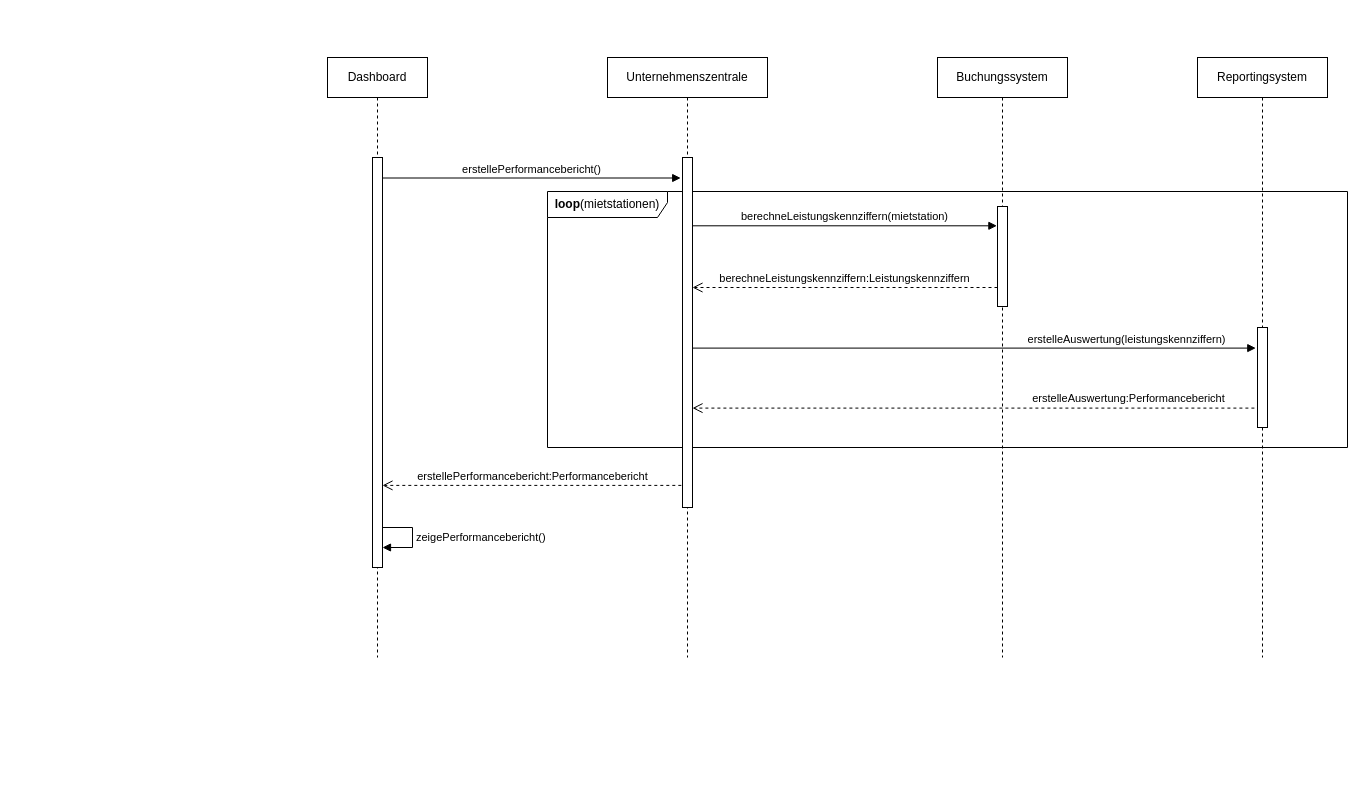
This is E - Allgemeine Verwaltung/E2 - Performance-Bericht erstellen/03 Sequenzdiagramm - Performance-Bericht erstellen.drawio from DlieBG/car_rental, a draw.io file, before an edit. Source tidied: cells renumbered, new cells numbered last; positions are measured from the earlier drawing's top-left corner, leaving out a move shared by most shapes. Both pictures are drawn from the tidied source at 100%, with x=0, y=0 at pixel (327, 57).
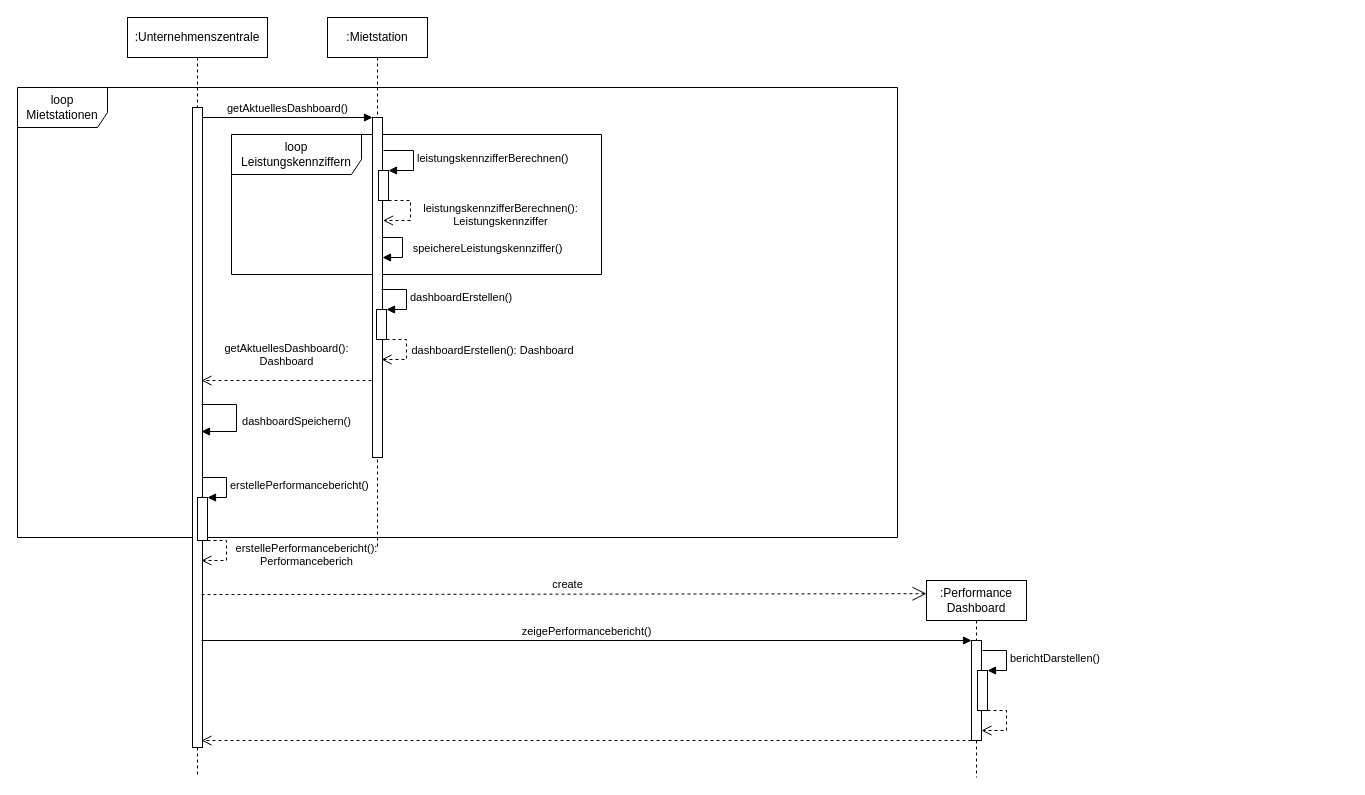
After the change.

Commit message (it also covers changes not shown here):
Mareks diagramme

Diff of the diagram source:
```diff
@@
-    <mxCell id="2" value="&lt;b&gt;loop&lt;/b&gt;(mietstationen)" style="shape=umlFrame;whiteSpace=wrap;html=1;width=120;height=26;" parent="1" vertex="1">
-      <mxGeometry x="220" y="134" width="800" height="256" as="geometry" />
-    </mxCell>
-    <mxCell id="3" value="Dashboard" style="shape=umlLifeline;perimeter=lifelinePerimeter;whiteSpace=wrap;html=1;" parent="1" vertex="1">
-      <mxGeometry width="100" height="600" as="geometry" />
-    </mxCell>
-    <mxCell id="4" style="html=1;perimeter=orthogonalPerimeter;" parent="3" vertex="1">
-      <mxGeometry x="45" y="100" width="10" height="410" as="geometry" />
-    </mxCell>
+    <mxCell id="18" value="loop Mietstationen" style="shape=umlFrame;whiteSpace=wrap;html=1;width=90;height=40;" parent="1" vertex="1">
+      <mxGeometry x="-310" y="30" width="880" height="450" as="geometry" />
+    </mxCell>
+    <mxCell id="19" value="loop Leistungskennziffern" style="shape=umlFrame;whiteSpace=wrap;html=1;width=130;height=40;" parent="1" vertex="1">
+      <mxGeometry x="-96" y="77" width="370" height="140" as="geometry" />
+    </mxCell>
+    <mxCell id="20" value=":Unternehmenszentrale" style="shape=umlLifeline;perimeter=lifelinePerimeter;whiteSpace=wrap;html=1;" parent="1" vertex="1">
+      <mxGeometry x="-200" y="-40" width="140" height="760" as="geometry" />
+    </mxCell>
+    <mxCell id="21" value=":Mietstation" style="shape=umlLifeline;perimeter=lifelinePerimeter;whiteSpace=wrap;html=1;" parent="1" vertex="1">
+      <mxGeometry y="-40" width="100" height="530" as="geometry" />
+    </mxCell>
+    <mxCell id="22" value=":Performance Dashboard" style="shape=umlLifeline;perimeter=lifelinePerimeter;whiteSpace=wrap;html=1;outlineConnect=0;" parent="1" vertex="1">
+      <mxGeometry x="599" y="523" width="100" height="197" as="geometry" />
+    </mxCell>
+    <mxCell id="23" style="html=1;points=[];perimeter=orthogonalPerimeter;" parent="22" vertex="1">
+      <mxGeometry x="45" y="60" width="10" height="100" as="geometry" />
+    </mxCell>
+    <mxCell id="24" style="html=1;points=[];perimeter=orthogonalPerimeter;" parent="1" vertex="1">
+      <mxGeometry x="-135" y="50" width="10" height="640" as="geometry" />
+    </mxCell>
+    <mxCell id="25" style="html=1;points=[];perimeter=orthogonalPerimeter;" parent="1" vertex="1">
+      <mxGeometry x="45" y="60" width="10" height="340" as="geometry" />
+    </mxCell>
+    <mxCell id="26" value="getAktuellesDashboard()" style="html=1;verticalAlign=bottom;endArrow=block;rounded=0;" parent="1" edge="1" source="24" target="25">
+      <mxGeometry relative="1" as="geometry">
+        <Array as="points">
+          <mxPoint x="-30" y="60" />
+        </Array>
+      </mxGeometry>
+    </mxCell>
+    <mxCell id="27" style="html=1;points=[];perimeter=orthogonalPerimeter;" parent="1" vertex="1">
+      <mxGeometry x="49" y="252" width="10" height="30" as="geometry" />
+    </mxCell>
+    <mxCell id="28" value="dashboardErstellen()" style="edgeStyle=orthogonalEdgeStyle;html=1;align=left;spacingLeft=2;endArrow=block;rounded=0;entryX=1;entryY=0;" parent="1" edge="1" target="27">
+      <mxGeometry relative="1" as="geometry">
+        <mxPoint x="54" y="232" as="sourcePoint" />
+        <Array as="points">
+          <mxPoint x="79" y="232" />
+          <mxPoint x="79" y="252" />
+        </Array>
+      </mxGeometry>
+    </mxCell>
+    <mxCell id="29" value="dashboardErstellen(): Dashboard" style="html=1;verticalAlign=bottom;endArrow=open;dashed=1;endSize=8;rounded=0;" parent="1" edge="1" source="27">
+      <mxGeometry x="0.23" y="-86" relative="1" as="geometry">
+        <mxPoint x="54" y="302" as="targetPoint" />
+        <Array as="points">
+          <mxPoint x="79" y="282" />
+          <mxPoint x="79" y="302" />
+        </Array>
+        <mxPoint x="86" y="86" as="offset" />
+      </mxGeometry>
+    </mxCell>
+    <mxCell id="30" style="html=1;points=[];perimeter=orthogonalPerimeter;" parent="1" vertex="1">
+      <mxGeometry x="51" y="113" width="10" height="30" as="geometry" />
+    </mxCell>
+    <mxCell id="31" value="leistungskennzifferBerechnen()" style="edgeStyle=orthogonalEdgeStyle;html=1;align=left;spacingLeft=2;endArrow=block;rounded=0;entryX=1;entryY=0;" parent="1" edge="1" target="30">
+      <mxGeometry relative="1" as="geometry">
+        <mxPoint x="56" y="93" as="sourcePoint" />
+        <Array as="points">
+          <mxPoint x="86" y="93" />
+        </Array>
+      </mxGeometry>
+    </mxCell>
+    <mxCell id="32" value="leistungskennzifferBerechnen(): &lt;br&gt;Leistungskennziffer" style="html=1;verticalAlign=bottom;endArrow=open;dashed=1;endSize=8;rounded=0;" parent="1" edge="1" source="30">
+      <mxGeometry x="0.21" y="91" relative="1" as="geometry">
+        <mxPoint x="55.5" y="163" as="targetPoint" />
+        <Array as="points">
+          <mxPoint x="83" y="143" />
+          <mxPoint x="83" y="163" />
+        </Array>
+        <mxPoint x="90" y="-81" as="offset" />
+      </mxGeometry>
+    </mxCell>
+    <mxCell id="33" value="getAktuellesDashboard():&lt;br&gt;Dashboard" style="html=1;verticalAlign=bottom;endArrow=open;dashed=1;endSize=8;rounded=0;" parent="1" edge="1">
+      <mxGeometry y="-10" relative="1" as="geometry">
+        <mxPoint x="44" y="323" as="sourcePoint" />
+        <mxPoint x="-126" y="323" as="targetPoint" />
+        <Array as="points">
+          <mxPoint x="-41" y="323" />
+        </Array>
+      </mxGeometry>
+    </mxCell>
+    <mxCell id="34" value="dashboardSpeichern()" style="html=1;verticalAlign=bottom;endArrow=block;rounded=0;" parent="1" edge="1">
+      <mxGeometry x="0.26" y="60" relative="1" as="geometry">
+        <mxPoint x="-126" y="347" as="sourcePoint" />
+        <mxPoint x="-126" y="374" as="targetPoint" />
+        <Array as="points">
+          <mxPoint x="-91" y="347" />
+          <mxPoint x="-91" y="374" />
+        </Array>
+      </mxGeometry>
+    </mxCell>
+    <mxCell id="35" style="html=1;points=[];perimeter=orthogonalPerimeter;" parent="1" vertex="1">
+      <mxGeometry x="-130" y="440" width="10" height="43" as="geometry" />
+    </mxCell>
+    <mxCell id="14" value="erstellePerformancebericht()" style="edgeStyle=orthogonalEdgeStyle;html=1;align=left;spacingLeft=2;endArrow=block;rounded=0;entryX=1;entryY=0;" parent="1" edge="1" target="35">
+      <mxGeometry relative="1" as="geometry">
+        <mxPoint x="-125" y="420" as="sourcePoint" />
+        <Array as="points">
+          <mxPoint x="-101" y="420" />
+          <mxPoint x="-101" y="440" />
+        </Array>
+      </mxGeometry>
+    </mxCell>
+    <mxCell id="36" value="erstellePerformancebericht(): &lt;br&gt;Performanceberich" style="html=1;verticalAlign=bottom;endArrow=open;dashed=1;endSize=8;rounded=0;" parent="1" edge="1" source="35">
+      <mxGeometry x="0.22" y="81" relative="1" as="geometry">
+        <mxPoint x="-126" y="503" as="targetPoint" />
+        <Array as="points">
+          <mxPoint x="-101" y="483" />
+          <mxPoint x="-101" y="503" />
+        </Array>
+        <mxPoint x="80" y="-71" as="offset" />
+      </mxGeometry>
+    </mxCell>
+    <mxCell id="37" value="create" style="endArrow=open;endSize=12;dashed=1;html=1;rounded=0;entryX=0;entryY=0.067;entryDx=0;entryDy=0;entryPerimeter=0;" parent="1" edge="1" target="22">
+      <mxGeometry x="0.01" y="10" relative="1" as="geometry">
+        <mxPoint x="-126" y="537.1" as="sourcePoint" />
+      </mxGeometry>
+    </mxCell>
-    <mxCell id="5" value="zeigePerformancebericht()" style="edgeStyle=orthogonalEdgeStyle;html=1;align=left;spacingLeft=2;endArrow=block;rounded=0;" parent="3" edge="1">
+    <mxCell id="5" value="zeigePerformancebericht()" style="html=1;verticalAlign=bottom;endArrow=block;rounded=0;" parent="1" edge="1" target="23">
       <mxGeometry relative="1" as="geometry">
-        <mxPoint x="55" y="470" as="sourcePoint" />
-        <mxPoint x="55" y="490" as="targetPoint" />
-        <Array as="points">
-          <mxPoint x="85" y="470" />
-        </Array>
+        <mxPoint x="-126" y="583" as="sourcePoint" />
       </mxGeometry>
     </mxCell>
-    <mxCell id="6" value="Unternehmenszentrale" style="shape=umlLifeline;perimeter=lifelinePerimeter;whiteSpace=wrap;html=1;" parent="1" vertex="1">
-      <mxGeometry x="280" width="160" height="600" as="geometry" />
-    </mxCell>
-    <mxCell id="7" style="html=1;points=[];perimeter=orthogonalPerimeter;" parent="6" vertex="1">
-      <mxGeometry x="75" y="100" width="10" height="350" as="geometry" />
-    </mxCell>
-    <mxCell id="8" value="Buchungssystem" style="shape=umlLifeline;perimeter=lifelinePerimeter;whiteSpace=wrap;html=1;" parent="1" vertex="1">
-      <mxGeometry x="610" width="130" height="600" as="geometry" />
-    </mxCell>
-    <mxCell id="9" style="html=1;perimeter=orthogonalPerimeter;" parent="8" vertex="1">
-      <mxGeometry x="60" y="149" width="10" height="100" as="geometry" />
-    </mxCell>
-    <mxCell id="10" value="Reportingsystem" style="shape=umlLifeline;perimeter=lifelinePerimeter;whiteSpace=wrap;html=1;" parent="1" vertex="1">
-      <mxGeometry x="870" width="130" height="600" as="geometry" />
-    </mxCell>
-    <mxCell id="11" style="html=1;points=[];perimeter=orthogonalPerimeter;" parent="10" vertex="1">
-      <mxGeometry x="60" y="270" width="10" height="100" as="geometry" />
-    </mxCell>
-    <mxCell id="12" value="berechneLeistungskennziffern:Leistungskennziffern" style="html=1;verticalAlign=bottom;endArrow=open;dashed=1;endSize=8;rounded=0;" parent="1" edge="1" target="7">
-      <mxGeometry relative="1" as="geometry">
-        <mxPoint x="670" y="230" as="sourcePoint" />
-      </mxGeometry>
-    </mxCell>
-    <mxCell id="13" value="berechneLeistungskennziffern(mietstation)" style="html=1;verticalAlign=bottom;endArrow=block;rounded=0;entryX=-0.062;entryY=0.163;entryDx=0;entryDy=0;entryPerimeter=0;" parent="1" edge="1">
-      <mxGeometry relative="1" as="geometry">
-        <mxPoint x="365" y="168.3" as="sourcePoint" />
-        <mxPoint x="669.4" y="168.3" as="targetPoint" />
-      </mxGeometry>
-    </mxCell>
-    <mxCell id="14" value="erstellePerformancebericht()" style="html=1;verticalAlign=bottom;endArrow=block;rounded=0;entryX=-0.181;entryY=0.137;entryDx=0;entryDy=0;entryPerimeter=0;" parent="1" edge="1">
-      <mxGeometry relative="1" as="geometry">
-        <mxPoint x="55" y="120.5" as="sourcePoint" />
-        <mxPoint x="353.2" y="120.5" as="targetPoint" />
-      </mxGeometry>
-    </mxCell>
-    <mxCell id="15" value="erstelleAuswertung(leistungskennziffern)" style="html=1;verticalAlign=bottom;endArrow=block;rounded=0;entryX=-0.172;entryY=0.206;entryDx=0;entryDy=0;entryPerimeter=0;" parent="1" edge="1" source="7" target="11">
-      <mxGeometry x="0.54" relative="1" as="geometry" />
-    </mxCell>
-    <mxCell id="16" value="erstelleAuswertung:Performancebericht" style="html=1;verticalAlign=bottom;endArrow=open;dashed=1;endSize=8;rounded=0;exitX=-0.31;exitY=0.806;exitDx=0;exitDy=0;exitPerimeter=0;" parent="1" edge="1" source="11" target="7">
-      <mxGeometry x="-0.55" y="-1" relative="1" as="geometry" />
-    </mxCell>
-    <mxCell id="17" value="erstellePerformancebericht:Performancebericht" style="html=1;verticalAlign=bottom;endArrow=open;dashed=1;endSize=8;rounded=0;exitX=-0.121;exitY=0.938;exitDx=0;exitDy=0;exitPerimeter=0;" parent="1" edge="1">
-      <mxGeometry relative="1" as="geometry">
-        <mxPoint x="353.8" y="427.9" as="sourcePoint" />
-        <mxPoint x="55" y="427.9" as="targetPoint" />
-      </mxGeometry>
-    </mxCell>
+    <mxCell id="38" style="html=1;points=[];perimeter=orthogonalPerimeter;" parent="1" vertex="1">
+      <mxGeometry x="650" y="613" width="10" height="40" as="geometry" />
+    </mxCell>
+    <mxCell id="39" value="berichtDarstellen()" style="edgeStyle=orthogonalEdgeStyle;html=1;align=left;spacingLeft=2;endArrow=block;rounded=0;entryX=1;entryY=0;" parent="1" edge="1" target="38">
+      <mxGeometry relative="1" as="geometry">
+        <mxPoint x="655" y="593" as="sourcePoint" />
+        <Array as="points">
+          <mxPoint x="679" y="593" />
+          <mxPoint x="679" y="613" />
+        </Array>
+      </mxGeometry>
+    </mxCell>
+    <mxCell id="40" style="html=1;verticalAlign=bottom;endArrow=open;dashed=1;endSize=8;rounded=0;" parent="1" edge="1" source="38" target="23">
+      <mxGeometry x="-0.01" y="20" relative="1" as="geometry">
+        <Array as="points">
+          <mxPoint x="679" y="653" />
+          <mxPoint x="679" y="673" />
+        </Array>
+      </mxGeometry>
+    </mxCell>
+    <mxCell id="41" style="html=1;verticalAlign=bottom;endArrow=open;dashed=1;endSize=8;rounded=0;" parent="1" edge="1" source="23">
+      <mxGeometry x="0.03" y="-40" relative="1" as="geometry">
+        <mxPoint x="-126" y="683" as="targetPoint" />
+        <Array as="points">
+          <mxPoint x="269" y="683" />
+        </Array>
+      </mxGeometry>
+    </mxCell>
+    <mxCell id="42" value="speichereLeistungskennziffer()" style="html=1;verticalAlign=bottom;endArrow=block;rounded=0;" parent="1" edge="1" source="25" target="25">
+      <mxGeometry x="0.33" y="-85" relative="1" as="geometry">
+        <Array as="points">
+          <mxPoint x="75" y="180" />
+          <mxPoint x="75" y="200" />
+        </Array>
+        <mxPoint x="85" y="85" as="offset" />
+      </mxGeometry>
+    </mxCell>
```
